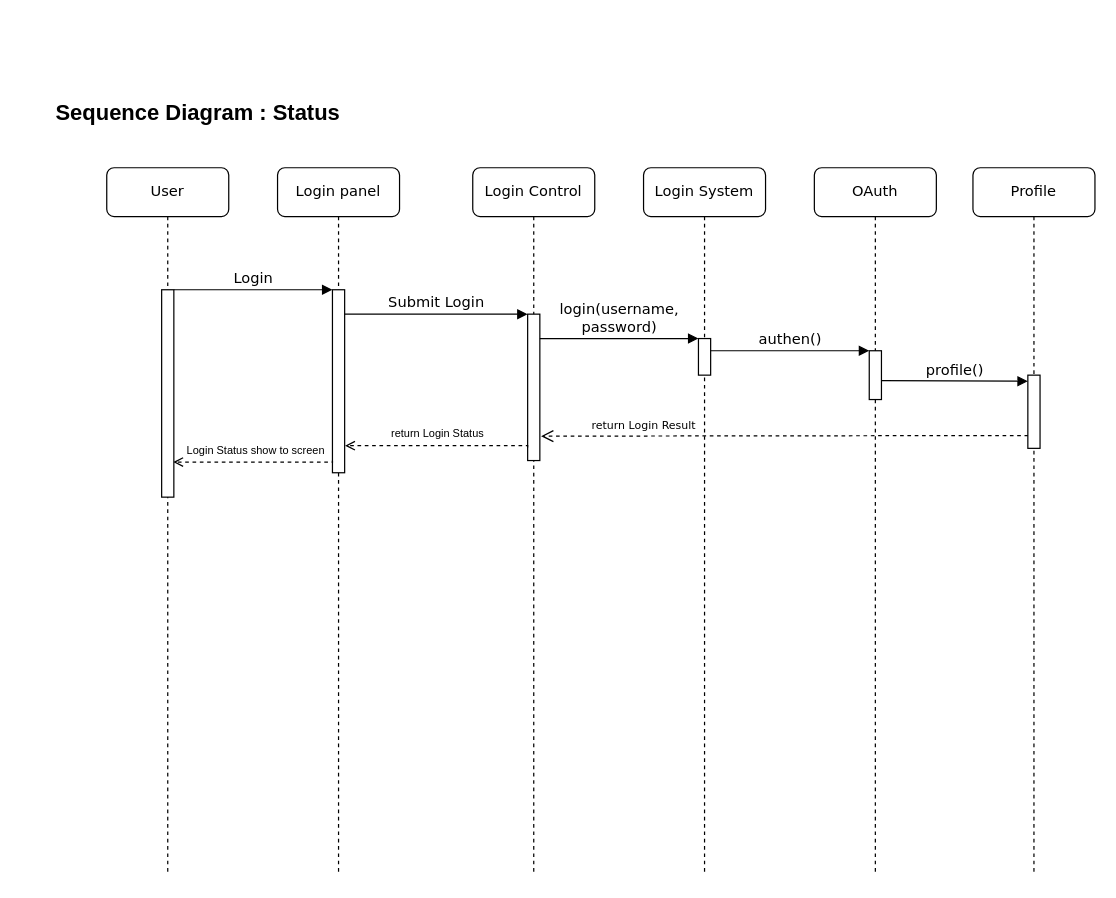
astrrr/Right-posture keeps this draw.io diagram as page "Status" (3 of 3) of Sequence_diagram.drawio. Above is the earlier version. Source tidied: cells renumbered, new cells numbered last; positions are measured from the earlier drawing's top-left corner, leaving out a move shared by most shapes. Both pictures are drawn from the tidied source at 122%, with x=0, y=0 at pixel (33, 94).
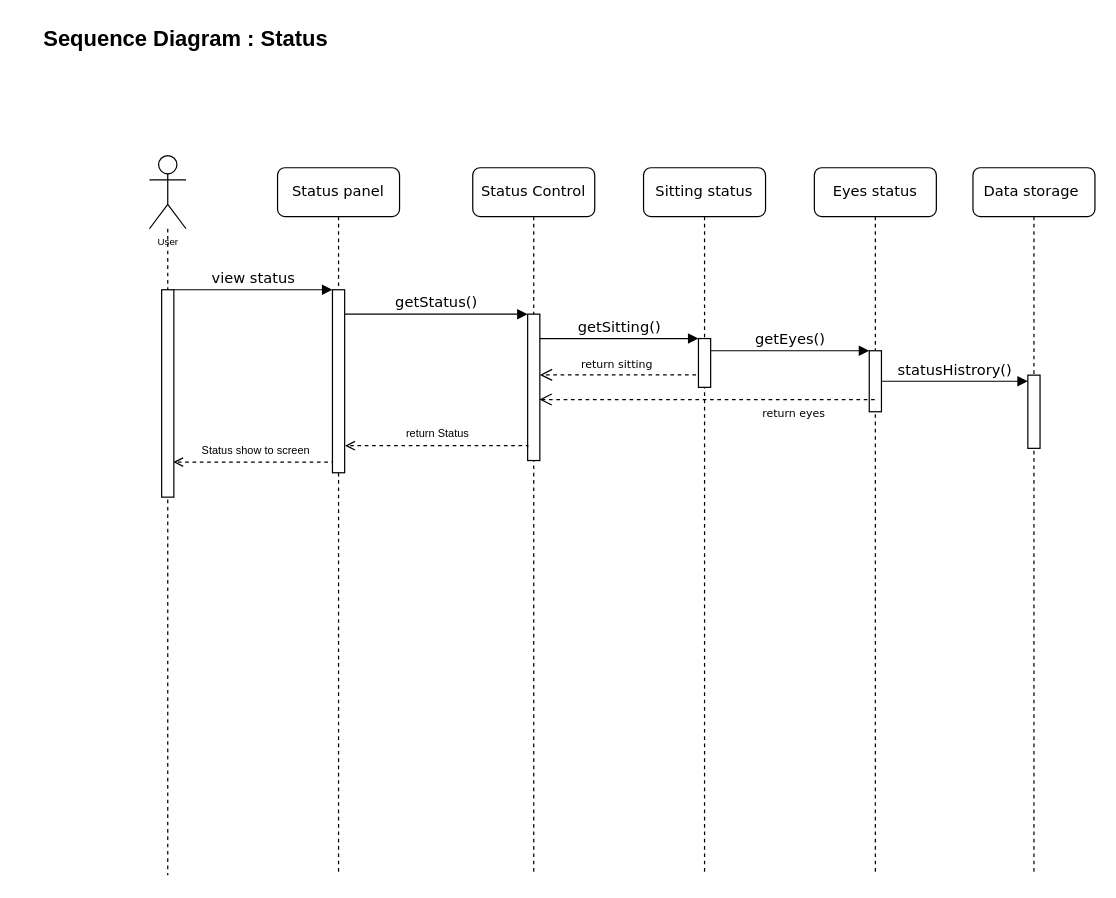
The same page after the edit.

Commit message:
add status sequence flow

The change refers to these unchanged cells:
```xml
<mxCell id="4" style="html=1;points=[];perimeter=orthogonalPerimeter;rounded=0;shadow=0;comic=0;labelBackgroundColor=none;strokeWidth=1;fontFamily=Verdana;fontSize=12;align=center;" parent="3" vertex="1">
  <mxGeometry x="45" y="100" width="10" height="150" as="geometry" />
</mxCell>
<mxCell id="5" style="edgeStyle=orthogonalEdgeStyle;rounded=0;jettySize=auto;html=1;fontSize=18;endArrow=open;endFill=0;dashed=1;entryX=0.949;entryY=0.831;entryDx=0;entryDy=0;entryPerimeter=0;" parent="3" edge="1" target="11">
  <mxGeometry relative="1" as="geometry">
    <mxPoint x="45" y="241" as="sourcePoint" />
    <Array as="points">
      <mxPoint x="45" y="240" />
      <mxPoint x="45" y="241" />
    </Array>
  </mxGeometry>
</mxCell>
<mxCell id="8" style="html=1;points=[];perimeter=orthogonalPerimeter;rounded=0;shadow=0;comic=0;labelBackgroundColor=none;strokeWidth=1;fontFamily=Verdana;fontSize=12;align=center;" parent="7" vertex="1">
  <mxGeometry x="45" y="120" width="10" height="120" as="geometry" />
</mxCell>
<mxCell id="20" style="edgeStyle=orthogonalEdgeStyle;rounded=0;jettySize=auto;html=1;fontSize=18;endArrow=open;endFill=0;dashed=1;exitX=-0.003;exitY=0.911;exitDx=0;exitDy=0;exitPerimeter=0;entryX=1.035;entryY=0.852;entryDx=0;entryDy=0;entryPerimeter=0;" parent="1" edge="1" source="8" target="4">
  <mxGeometry relative="1" as="geometry">
    <Array as="points">
      <mxPoint x="405" y="288" />
    </Array>
  </mxGeometry>
</mxCell>
<mxCell id="23" style="html=1;points=[];perimeter=orthogonalPerimeter;" parent="22" vertex="1">
  <mxGeometry x="45" y="170" width="10" height="60" as="geometry" />
</mxCell>
```

The edit, as a diff of the source:
```diff
@@
     <mxCell id="2" value="Sequence Diagram : Status" style="text;html=1;strokeColor=none;fillColor=none;align=center;verticalAlign=middle;whiteSpace=wrap;rounded=0;fontSize=18;fontStyle=1;" parent="1" vertex="1">
-      <mxGeometry width="270" height="30" as="geometry" />
+      <mxGeometry x="-10" y="-60" width="270" height="30" as="geometry" />
     </mxCell>
-    <mxCell id="3" value="Login panel" style="shape=umlLifeline;perimeter=lifelinePerimeter;whiteSpace=wrap;html=1;rounded=1;shadow=0;comic=0;labelBackgroundColor=none;strokeWidth=1;fontFamily=Verdana;fontSize=12;align=center;" parent="1" vertex="1">
+    <mxCell id="3" value="Status panel" style="shape=umlLifeline;perimeter=lifelinePerimeter;whiteSpace=wrap;html=1;rounded=1;shadow=0;comic=0;labelBackgroundColor=none;strokeWidth=1;fontFamily=Verdana;fontSize=12;align=center;" parent="1" vertex="1">
       <mxGeometry x="200" y="60" width="100" height="580" as="geometry" />
     </mxCell>
@@
-    <mxCell id="6" value="Login Status show to screen" style="edgeLabel;html=1;align=center;verticalAlign=middle;fontSize=9;" parent="5" vertex="1">
+    <mxCell id="6" value="Status show to screen" style="edgeLabel;html=1;align=center;verticalAlign=middle;fontSize=9;" parent="5" vertex="1">
       <mxGeometry x="0.17" y="1" relative="1" as="geometry">
         <mxPoint x="12" y="-11" as="offset" />
       </mxGeometry>
     </mxCell>
-    <mxCell id="7" value="Login Control" style="shape=umlLifeline;perimeter=lifelinePerimeter;whiteSpace=wrap;html=1;rounded=1;shadow=0;comic=0;labelBackgroundColor=none;strokeWidth=1;fontFamily=Verdana;fontSize=12;align=center;" parent="1" vertex="1">
+    <mxCell id="7" value="Status Control" style="shape=umlLifeline;perimeter=lifelinePerimeter;whiteSpace=wrap;html=1;rounded=1;shadow=0;comic=0;labelBackgroundColor=none;strokeWidth=1;fontFamily=Verdana;fontSize=12;align=center;" parent="1" vertex="1">
       <mxGeometry x="360" y="60" width="100" height="580" as="geometry" />
     </mxCell>
@@
-    <mxCell id="9" value="Login System" style="shape=umlLifeline;perimeter=lifelinePerimeter;whiteSpace=wrap;html=1;rounded=1;shadow=0;comic=0;labelBackgroundColor=none;strokeWidth=1;fontFamily=Verdana;fontSize=12;align=center;" parent="1" vertex="1">
+    <mxCell id="9" value="Sitting status" style="shape=umlLifeline;perimeter=lifelinePerimeter;whiteSpace=wrap;html=1;rounded=1;shadow=0;comic=0;labelBackgroundColor=none;strokeWidth=1;fontFamily=Verdana;fontSize=12;align=center;" parent="1" vertex="1">
       <mxGeometry x="500" y="60" width="100" height="580" as="geometry" />
     </mxCell>
-    <mxCell id="10" value="User" style="shape=umlLifeline;perimeter=lifelinePerimeter;whiteSpace=wrap;html=1;outlineConnect=0;rounded=1;shadow=0;comic=0;labelBackgroundColor=none;strokeWidth=1;fontFamily=Verdana;fontSize=12;align=center;" parent="1" vertex="1">
-      <mxGeometry x="60" y="60" width="100" height="580" as="geometry" />
-    </mxCell>
-    <mxCell id="11" style="html=1;points=[];perimeter=orthogonalPerimeter;rounded=0;shadow=0;comic=0;labelBackgroundColor=none;strokeWidth=1;fontFamily=Verdana;fontSize=12;align=center;" parent="10" vertex="1">
-      <mxGeometry x="45" y="100" width="10" height="170" as="geometry" />
-    </mxCell>
+    <mxCell id="15" value="&lt;font style=&quot;font-size: 9px&quot;&gt;return sitting&lt;/font&gt;" style="html=1;verticalAlign=bottom;endArrow=open;dashed=1;endSize=8;labelBackgroundColor=none;fontFamily=Verdana;fontSize=12;edgeStyle=elbowEdgeStyle;elbow=vertical;" parent="9" edge="1">
+      <mxGeometry x="0.01" relative="1" as="geometry">
+        <mxPoint x="43" y="169.8" as="sourcePoint" />
+        <mxPoint x="-85" y="169.8" as="targetPoint" />
+        <Array as="points">
+          <mxPoint x="-1" y="169.8" />
+          <mxPoint x="29" y="169.8" />
+          <mxPoint x="-41" y="169.8" />
+          <mxPoint x="315" y="169.8" />
+          <mxPoint x="159" y="169.8" />
+          <mxPoint x="-31" y="135.8" />
+          <mxPoint x="-21" y="129.8" />
+          <mxPoint x="129" y="129.8" />
+          <mxPoint x="159" y="129.8" />
+        </Array>
+      </mxGeometry>
+    </mxCell>
     <mxCell id="12" style="html=1;points=[];perimeter=orthogonalPerimeter;rounded=0;shadow=0;comic=0;labelBackgroundColor=none;strokeWidth=1;fontFamily=Verdana;fontSize=12;align=center;" parent="1" vertex="1">
-      <mxGeometry x="545" y="200" width="10" height="30" as="geometry" />
+      <mxGeometry x="545" y="200" width="10" height="40" as="geometry" />
     </mxCell>
-    <mxCell id="13" value="login(username,&lt;br&gt;password)" style="html=1;verticalAlign=bottom;endArrow=block;labelBackgroundColor=none;fontFamily=Verdana;fontSize=12;edgeStyle=elbowEdgeStyle;elbow=vertical;" parent="1" edge="1" source="8" target="12">
+    <mxCell id="13" value="getSitting()" style="html=1;verticalAlign=bottom;endArrow=block;labelBackgroundColor=none;fontFamily=Verdana;fontSize=12;edgeStyle=elbowEdgeStyle;elbow=vertical;" parent="1" edge="1" source="8" target="12">
       <mxGeometry relative="1" as="geometry">
         <Array as="points">
           <mxPoint x="420" y="200" />
         </Array>
       </mxGeometry>
     </mxCell>
-    <mxCell id="14" value="authen()" style="html=1;verticalAlign=bottom;endArrow=block;entryX=0;entryY=0;labelBackgroundColor=none;fontFamily=Verdana;fontSize=12;edgeStyle=elbowEdgeStyle;elbow=vertical;" parent="1" edge="1" source="12" target="19">
+    <mxCell id="14" value="getEyes()" style="html=1;verticalAlign=bottom;endArrow=block;entryX=0;entryY=0;labelBackgroundColor=none;fontFamily=Verdana;fontSize=12;edgeStyle=elbowEdgeStyle;elbow=vertical;" parent="1" edge="1" source="12" target="19">
       <mxGeometry relative="1" as="geometry" />
     </mxCell>
-    <mxCell id="15" value="&lt;font style=&quot;font-size: 9px&quot;&gt;return Login Result&lt;/font&gt;" style="html=1;verticalAlign=bottom;endArrow=open;dashed=1;endSize=8;labelBackgroundColor=none;fontFamily=Verdana;fontSize=12;edgeStyle=elbowEdgeStyle;elbow=vertical;exitX=0.027;exitY=0.825;exitDx=0;exitDy=0;exitPerimeter=0;" parent="1" edge="1" source="23">
-      <mxGeometry x="0.58" relative="1" as="geometry">
-        <mxPoint x="416" y="280" as="targetPoint" />
-        <Array as="points">
-          <mxPoint x="816" y="280" />
-          <mxPoint x="660" y="280" />
-          <mxPoint x="470" y="246" />
-          <mxPoint x="480" y="240" />
-          <mxPoint x="630" y="240" />
-          <mxPoint x="660" y="240" />
-        </Array>
-      </mxGeometry>
-    </mxCell>
-    <mxCell id="16" value="Login" style="html=1;verticalAlign=bottom;endArrow=block;entryX=0;entryY=0;labelBackgroundColor=none;fontFamily=Verdana;fontSize=12;edgeStyle=elbowEdgeStyle;elbow=vertical;" parent="1" edge="1" source="11" target="4">
+    <mxCell id="16" value="view status" style="html=1;verticalAlign=bottom;endArrow=block;entryX=0;entryY=0;labelBackgroundColor=none;fontFamily=Verdana;fontSize=12;edgeStyle=elbowEdgeStyle;elbow=vertical;" parent="1" edge="1" source="11" target="4">
       <mxGeometry relative="1" as="geometry" />
     </mxCell>
-    <mxCell id="17" value="Submit Login" style="html=1;verticalAlign=bottom;endArrow=block;entryX=0;entryY=0;labelBackgroundColor=none;fontFamily=Verdana;fontSize=12;edgeStyle=elbowEdgeStyle;elbow=vertical;" parent="1" edge="1" source="4" target="8">
+    <mxCell id="17" value="getStatus()" style="html=1;verticalAlign=bottom;endArrow=block;entryX=0;entryY=0;labelBackgroundColor=none;fontFamily=Verdana;fontSize=12;edgeStyle=elbowEdgeStyle;elbow=vertical;" parent="1" edge="1" source="4" target="8">
       <mxGeometry relative="1" as="geometry" />
     </mxCell>
-    <mxCell id="18" value="OAuth" style="shape=umlLifeline;perimeter=lifelinePerimeter;whiteSpace=wrap;html=1;outlineConnect=0;rounded=1;shadow=0;comic=0;labelBackgroundColor=none;strokeWidth=1;fontFamily=Verdana;fontSize=12;align=center;" parent="1" vertex="1">
+    <mxCell id="18" value="Eyes status" style="shape=umlLifeline;perimeter=lifelinePerimeter;whiteSpace=wrap;html=1;outlineConnect=0;rounded=1;shadow=0;comic=0;labelBackgroundColor=none;strokeWidth=1;fontFamily=Verdana;fontSize=12;align=center;" parent="1" vertex="1">
       <mxGeometry x="640" y="60" width="100" height="580" as="geometry" />
     </mxCell>
     <mxCell id="19" style="html=1;points=[];perimeter=orthogonalPerimeter;rounded=0;shadow=0;comic=0;labelBackgroundColor=none;strokeWidth=1;fontFamily=Verdana;fontSize=12;align=center;" parent="1" vertex="1">
-      <mxGeometry x="685" y="210" width="10" height="40" as="geometry" />
+      <mxGeometry x="685" y="210" width="10" height="50" as="geometry" />
     </mxCell>
@@
-    <mxCell id="21" value="return Login Status" style="edgeLabel;html=1;align=center;verticalAlign=middle;fontSize=9;" parent="20" vertex="1">
+    <mxCell id="21" value="return Status" style="edgeLabel;html=1;align=center;verticalAlign=middle;fontSize=9;" parent="20" vertex="1">
       <mxGeometry x="0.17" y="1" relative="1" as="geometry">
         <mxPoint x="12" y="-11" as="offset" />
       </mxGeometry>
     </mxCell>
-    <mxCell id="22" value="Profile" style="shape=umlLifeline;perimeter=lifelinePerimeter;whiteSpace=wrap;html=1;rounded=1;shadow=0;comic=0;labelBackgroundColor=none;strokeWidth=1;fontFamily=Verdana;fontSize=12;align=center;" parent="1" vertex="1">
+    <mxCell id="22" value="Data storage&amp;nbsp;" style="shape=umlLifeline;perimeter=lifelinePerimeter;whiteSpace=wrap;html=1;rounded=1;shadow=0;comic=0;labelBackgroundColor=none;strokeWidth=1;fontFamily=Verdana;fontSize=12;align=center;" parent="1" vertex="1">
       <mxGeometry x="770" y="60" width="100" height="580" as="geometry" />
     </mxCell>
@@
-    <mxCell id="24" value="profile()" style="html=1;verticalAlign=bottom;endArrow=block;entryX=0;entryY=0;labelBackgroundColor=none;fontFamily=Verdana;fontSize=12;edgeStyle=elbowEdgeStyle;elbow=vertical;exitX=1.016;exitY=0.614;exitDx=0;exitDy=0;exitPerimeter=0;" parent="22" edge="1" source="19">
+    <mxCell id="24" value="statusHistrory()" style="html=1;verticalAlign=bottom;endArrow=block;entryX=0;entryY=0;labelBackgroundColor=none;fontFamily=Verdana;fontSize=12;edgeStyle=elbowEdgeStyle;elbow=vertical;" parent="22" edge="1">
       <mxGeometry relative="1" as="geometry">
+        <mxPoint x="-75" y="175" as="sourcePoint" />
         <mxPoint x="45" y="174.8" as="targetPoint" />
+        <Array as="points">
+          <mxPoint x="10" y="175" />
+        </Array>
       </mxGeometry>
     </mxCell>
+    <mxCell id="25" style="edgeStyle=orthogonalEdgeStyle;rounded=0;jettySize=auto;html=1;fontSize=8;endArrow=none;endFill=0;dashed=1;" parent="1" edge="1" source="10">
+      <mxGeometry relative="1" as="geometry">
+        <mxPoint x="110" y="640" as="targetPoint" />
+      </mxGeometry>
+    </mxCell>
+    <mxCell id="10" value="User" style="shape=umlActor;verticalLabelPosition=bottom;verticalAlign=top;html=1;fontSize=8;" parent="1" vertex="1">
+      <mxGeometry x="95" y="50" width="30" height="60" as="geometry" />
+    </mxCell>
+    <mxCell id="11" style="html=1;points=[];perimeter=orthogonalPerimeter;rounded=0;shadow=0;comic=0;labelBackgroundColor=none;strokeWidth=1;fontFamily=Verdana;fontSize=12;align=center;" parent="1" vertex="1">
+      <mxGeometry x="105" y="160" width="10" height="170" as="geometry" />
+    </mxCell>
+    <mxCell id="26" value="&lt;font style=&quot;font-size: 9px&quot;&gt;return eyes&lt;/font&gt;" style="html=1;verticalAlign=bottom;endArrow=open;dashed=1;endSize=8;labelBackgroundColor=none;fontFamily=Verdana;fontSize=12;edgeStyle=elbowEdgeStyle;elbow=vertical;entryX=0.965;entryY=0.583;entryDx=0;entryDy=0;entryPerimeter=0;" parent="1" edge="1" source="18" target="8">
+      <mxGeometry x="-0.51" y="20" relative="1" as="geometry">
+        <Array as="points">
+          <mxPoint x="640" y="250" />
+          <mxPoint x="501" y="259.7" />
+          <mxPoint x="531" y="259.7" />
+          <mxPoint x="461" y="259.7" />
+          <mxPoint x="817" y="259.7" />
+          <mxPoint x="661" y="259.7" />
+          <mxPoint x="471" y="225.7" />
+          <mxPoint x="481" y="219.7" />
+          <mxPoint x="631" y="219.7" />
+          <mxPoint x="661" y="219.7" />
+        </Array>
+      </mxGeometry>
+    </mxCell>
```
